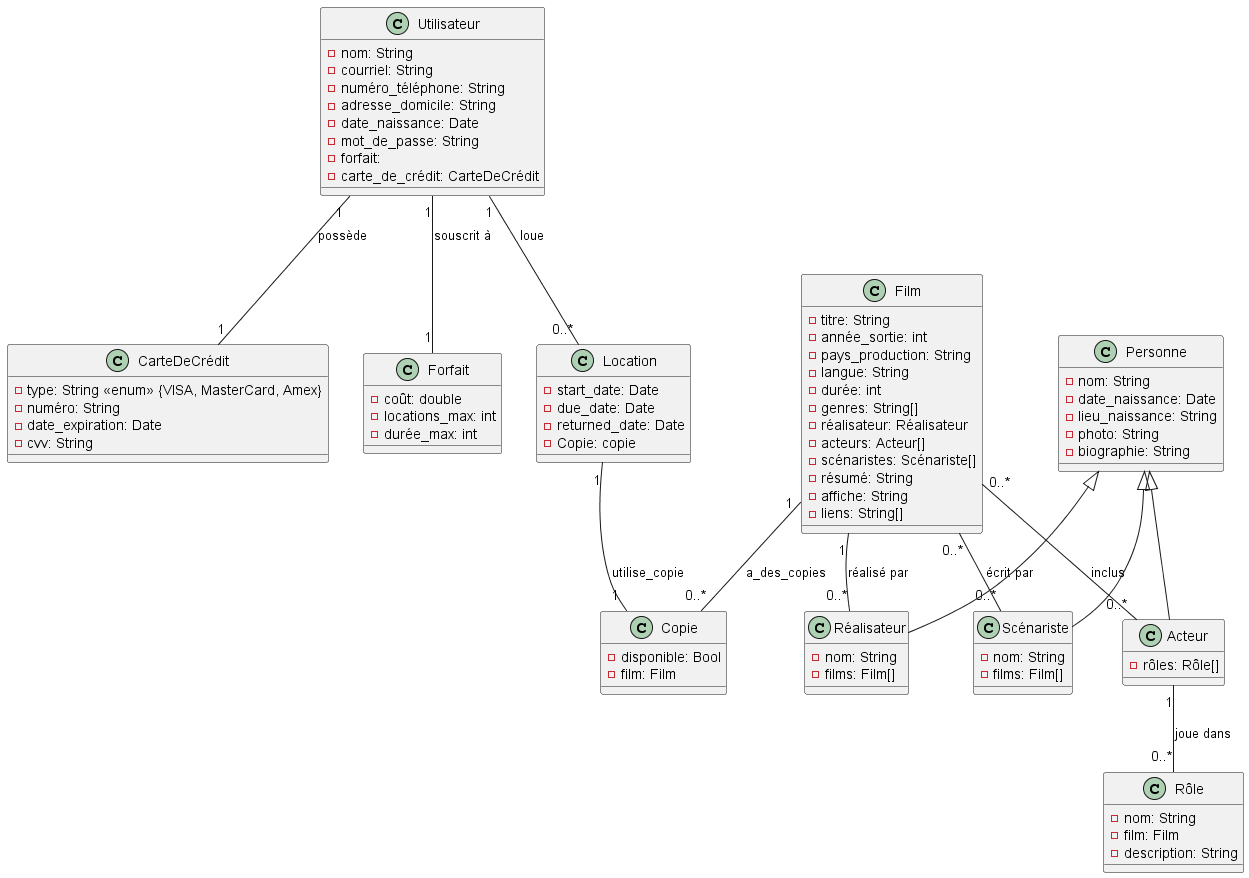
snakedye/LOG660-01 keeps this PlantUML diagram as out/class/class diagram.png. Above is the earlier version.
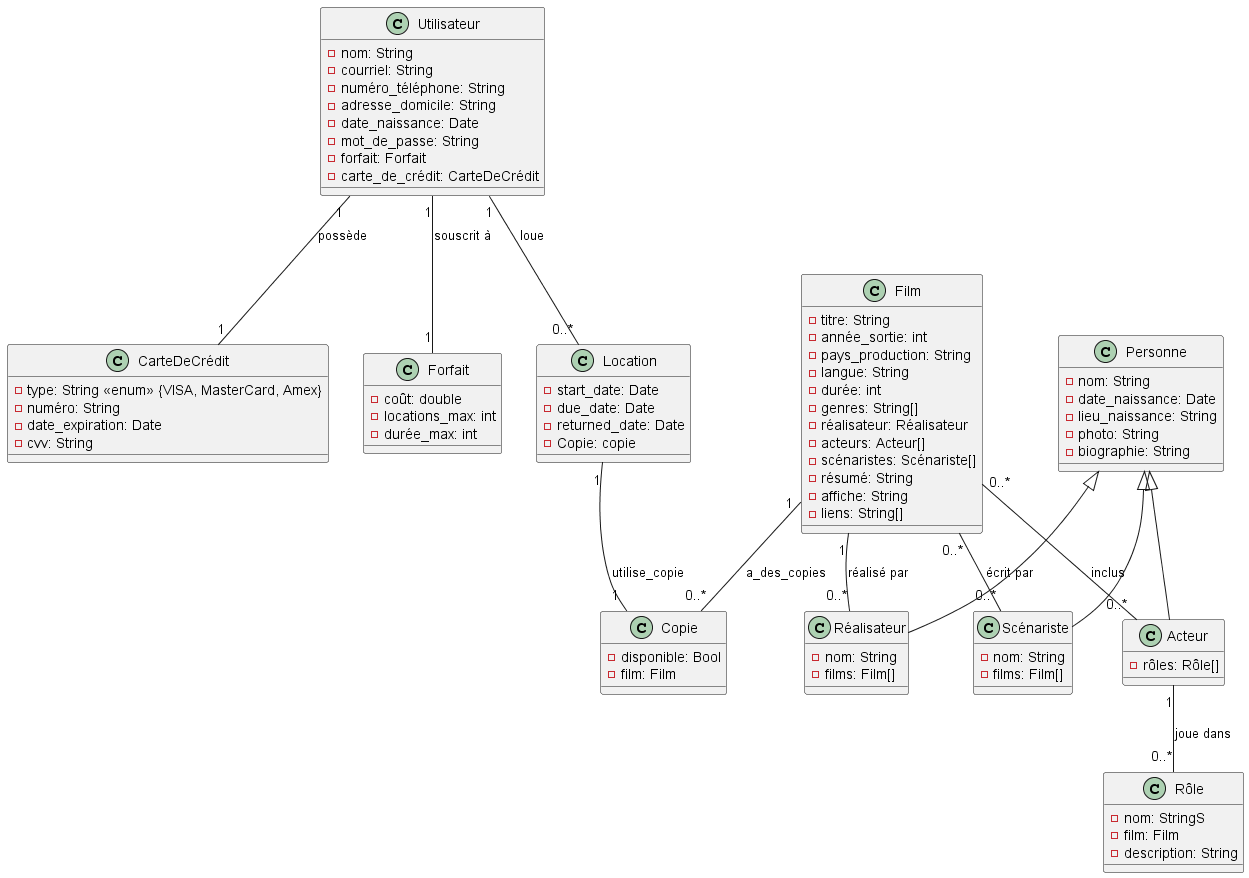
Above is the later version.

The edit, as a diff of the source:
```diff
@@ -6,7 +6,7 @@
   - adresse_domicile: String
   - date_naissance: Date
   - mot_de_passe: String
-  - forfait:
+  - forfait: Forfait
   - carte_de_crédit: CarteDeCrédit
 }
 
@@ -60,7 +60,7 @@
 }
 
 class Rôle {
-  - nom: String
+  - nom: StringS
   - film: Film
   - description: String
 }
```
